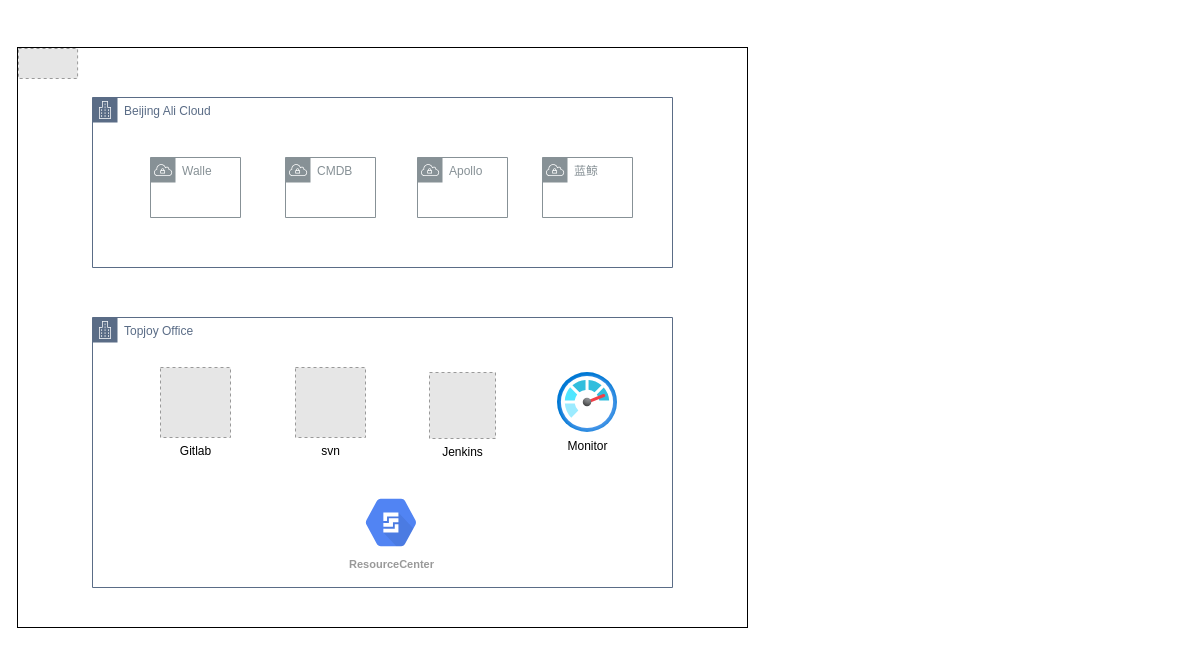
This is CICD.drawio from Armand-zsh/kubernetes-helm, a draw.io file, before an edit. Source tidied: cells renumbered, new cells numbered last; positions are measured from the earlier drawing's top-left corner, leaving out a move shared by most shapes. Both pictures are drawn from the tidied source at 100%, with x=0, y=0 at pixel (17, 47). Pictures stored in the file or linked from it are replaced by grey dashed boxes.
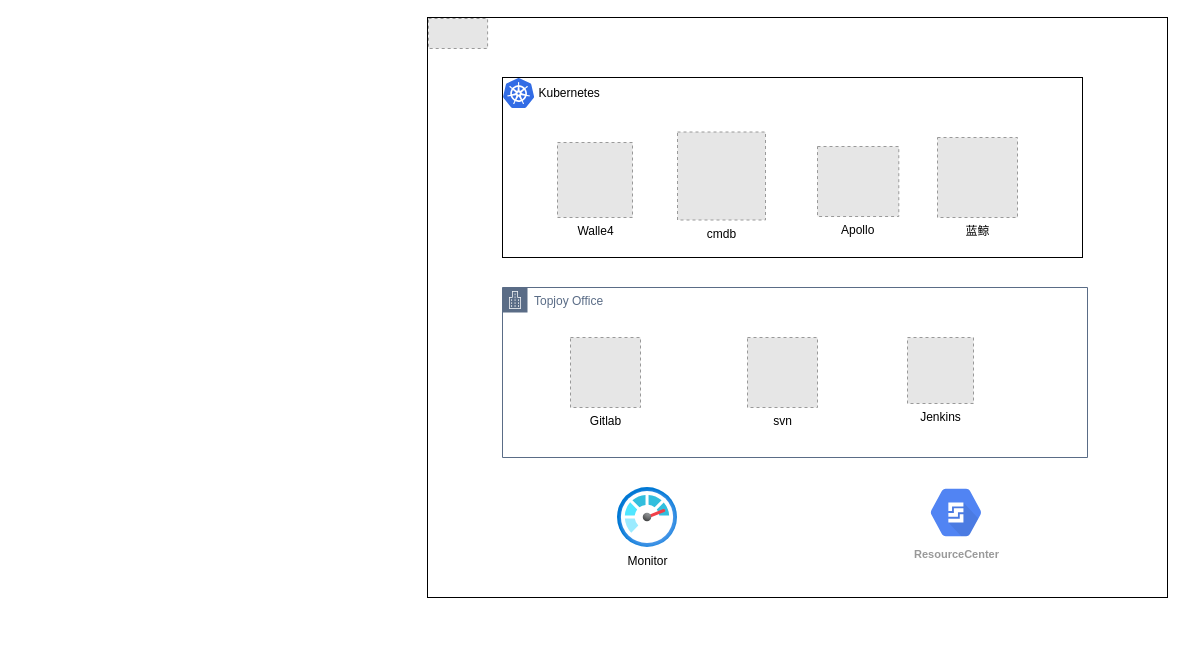
After the change.

Diff of the diagram source:
```diff
@@
 <mxGraphModel>
   <root>
     <mxCell id="0" />
     <mxCell id="1" parent="0" />
     <mxCell id="2" style="rounded=0;whiteSpace=wrap;html=1;" parent="1" vertex="1">
-      <mxGeometry width="730" height="580" as="geometry" />
+      <mxGeometry x="410" y="-30" width="740" height="580" as="geometry" />
     </mxCell>
-    <mxCell id="3" value="Beijing Ali Cloud" style="gradientColor=none;html=1;whiteSpace=wrap;fontSize=12;fontStyle=0;shape=mxgraph.aws4.group;grIcon=mxgraph.aws4.group_corporate_data_center;strokeColor=#5A6C86;fillColor=none;verticalAlign=top;align=left;spacingLeft=30;fontColor=#5A6C86;dashed=0;" parent="1" vertex="1">
-      <mxGeometry x="75" y="50" width="580" height="170" as="geometry" />
-    </mxCell>
-    <mxCell id="4" value="Walle" style="sketch=0;gradientColor=none;html=1;whiteSpace=wrap;fontSize=12;fontStyle=0;shape=mxgraph.aws4.group;grIcon=mxgraph.aws4.group_vpc;strokeColor=#879196;fillColor=none;verticalAlign=top;align=left;spacingLeft=30;fontColor=#879196;dashed=0;" parent="1" vertex="1">
-      <mxGeometry x="133" y="110" width="90" height="60" as="geometry" />
-    </mxCell>
-    <mxCell id="5" value="CMDB" style="sketch=0;gradientColor=none;html=1;whiteSpace=wrap;fontSize=12;fontStyle=0;shape=mxgraph.aws4.group;grIcon=mxgraph.aws4.group_vpc;strokeColor=#879196;fillColor=none;verticalAlign=top;align=left;spacingLeft=30;fontColor=#879196;dashed=0;" parent="1" vertex="1">
-      <mxGeometry x="268" y="110" width="90" height="60" as="geometry" />
-    </mxCell>
-    <mxCell id="6" value="蓝鲸" style="sketch=0;gradientColor=none;html=1;whiteSpace=wrap;fontSize=12;fontStyle=0;shape=mxgraph.aws4.group;grIcon=mxgraph.aws4.group_vpc;strokeColor=#879196;fillColor=none;verticalAlign=top;align=left;spacingLeft=30;fontColor=#879196;dashed=0;" parent="1" vertex="1">
-      <mxGeometry x="525" y="110" width="90" height="60" as="geometry" />
-    </mxCell>
-    <mxCell id="7" value="Apollo" style="sketch=0;gradientColor=none;html=1;whiteSpace=wrap;fontSize=12;fontStyle=0;shape=mxgraph.aws4.group;grIcon=mxgraph.aws4.group_vpc;strokeColor=#879196;fillColor=none;verticalAlign=top;align=left;spacingLeft=30;fontColor=#879196;dashed=0;" parent="1" vertex="1">
-      <mxGeometry x="400" y="110" width="90" height="60" as="geometry" />
-    </mxCell>
+    <mxCell id="15" style="rounded=0;whiteSpace=wrap;html=1;" parent="1" vertex="1">
+      <mxGeometry x="485" y="30" width="580" height="180" as="geometry" />
+    </mxCell>
     <mxCell id="8" value="Topjoy Office" style="gradientColor=none;html=1;whiteSpace=wrap;fontSize=12;fontStyle=0;shape=mxgraph.aws4.group;grIcon=mxgraph.aws4.group_corporate_data_center;strokeColor=#5A6C86;fillColor=none;verticalAlign=top;align=left;spacingLeft=30;fontColor=#5A6C86;dashed=0;" parent="1" vertex="1">
-      <mxGeometry x="75" y="270" width="580" height="270" as="geometry" />
+      <mxGeometry x="485" y="240" width="585" height="170" as="geometry" />
     </mxCell>
     <mxCell id="9" value="Gitlab" style="fillColor=#E6E6E6;strokeColor=#999999;dashed=1;html=1;verticalAlign=top;verticalLabelPosition=bottom;labelBackgroundColor=#ffffff;" parent="1" vertex="1">
-      <mxGeometry x="143" y="320" width="70" height="70" as="geometry" />
+      <mxGeometry x="553" y="290" width="70" height="70" as="geometry" />
     </mxCell>
     <mxCell id="10" value="Jenkins" style="fillColor=#E6E6E6;strokeColor=#999999;dashed=1;html=1;verticalAlign=top;verticalLabelPosition=bottom;labelBackgroundColor=#ffffff;" parent="1" vertex="1">
-      <mxGeometry x="412" y="325" width="66" height="66" as="geometry" />
+      <mxGeometry x="890" y="290" width="66" height="66" as="geometry" />
     </mxCell>
     <mxCell id="11" value="Monitor" style="html=1;align=center;image;fontSize=12;image=img/lib/azure2/management_governance/Monitor.svg;" parent="1" vertex="1">
-      <mxGeometry x="540" y="325" width="60" height="60" as="geometry" />
+      <mxGeometry x="600" y="440" width="60" height="60" as="geometry" />
     </mxCell>
     <mxCell id="12" value="svn" style="fillColor=#E6E6E6;strokeColor=#999999;dashed=1;html=1;verticalAlign=top;verticalLabelPosition=bottom;labelBackgroundColor=#ffffff;" parent="1" vertex="1">
-      <mxGeometry x="278" y="320" width="70" height="70" as="geometry" />
+      <mxGeometry x="730" y="290" width="70" height="70" as="geometry" />
     </mxCell>
     <mxCell id="13" value="ResourceCenter" style="sketch=0;html=1;fillColor=#5184F3;strokeColor=none;verticalAlign=top;labelPosition=center;verticalLabelPosition=bottom;align=center;spacingTop=-6;fontSize=11;fontStyle=1;fontColor=#999999;shape=mxgraph.gcp2.hexIcon;prIcon=persistent_disk;" parent="1" vertex="1">
-      <mxGeometry x="335" y="440" width="77" height="70" as="geometry" />
+      <mxGeometry x="900" y="430" width="77" height="70" as="geometry" />
     </mxCell>
     <mxCell id="14" style="fillColor=#E6E6E6;strokeColor=#999999;dashed=1;verticalLabelPosition=bottom;labelBackgroundColor=#ffffff;verticalAlign=top;" parent="1" vertex="1">
-      <mxGeometry x="1" y="1" width="59.1" height="30" as="geometry" />
+      <mxGeometry x="411" y="-29" width="59.1" height="30" as="geometry" />
     </mxCell>
+    <mxCell id="16" style="sketch=0;html=1;align=center;image;fontSize=12;image=img/lib/mscae/Kubernetes.svg;" parent="1" vertex="1">
+      <mxGeometry x="486" y="31" width="31.2" height="30" as="geometry" />
+    </mxCell>
+    <mxCell id="17" value="&amp;nbsp;Kubernetes" style="text;html=1;align=center;verticalAlign=middle;fillColor=none;strokeColor=none;rounded=0;" parent="1" vertex="1">
+      <mxGeometry x="510" y="36" width="80" height="20" as="geometry" />
+    </mxCell>
+    <mxCell id="7" value="Apollo" style="fillColor=#E6E6E6;strokeColor=#999999;dashed=1;verticalLabelPosition=bottom;labelBackgroundColor=#ffffff;verticalAlign=top;" parent="1" vertex="1">
+      <mxGeometry x="800" y="99" width="81.3" height="70" as="geometry" />
+    </mxCell>
+    <mxCell id="18" value="Walle4" style="fillColor=#E6E6E6;strokeColor=#999999;dashed=1;html=1;verticalAlign=top;verticalLabelPosition=bottom;labelBackgroundColor=#ffffff;" parent="1" vertex="1">
+      <mxGeometry x="540" y="95" width="75" height="75" as="geometry" />
+    </mxCell>
+    <mxCell id="6" value="蓝鲸" style="fillColor=#E6E6E6;strokeColor=#999999;dashed=1;html=1;verticalAlign=top;verticalLabelPosition=bottom;labelBackgroundColor=#ffffff;" parent="1" vertex="1">
+      <mxGeometry x="920" y="90" width="80" height="80" as="geometry" />
+    </mxCell>
+    <mxCell id="19" value="cmdb" style="fillColor=#E6E6E6;strokeColor=#999999;dashed=1;html=1;verticalAlign=top;verticalLabelPosition=bottom;labelBackgroundColor=#ffffff;" parent="1" vertex="1">
+      <mxGeometry x="660" y="84.5" width="88" height="88" as="geometry" />
+    </mxCell>
   </root>
 </mxGraphModel>
```
